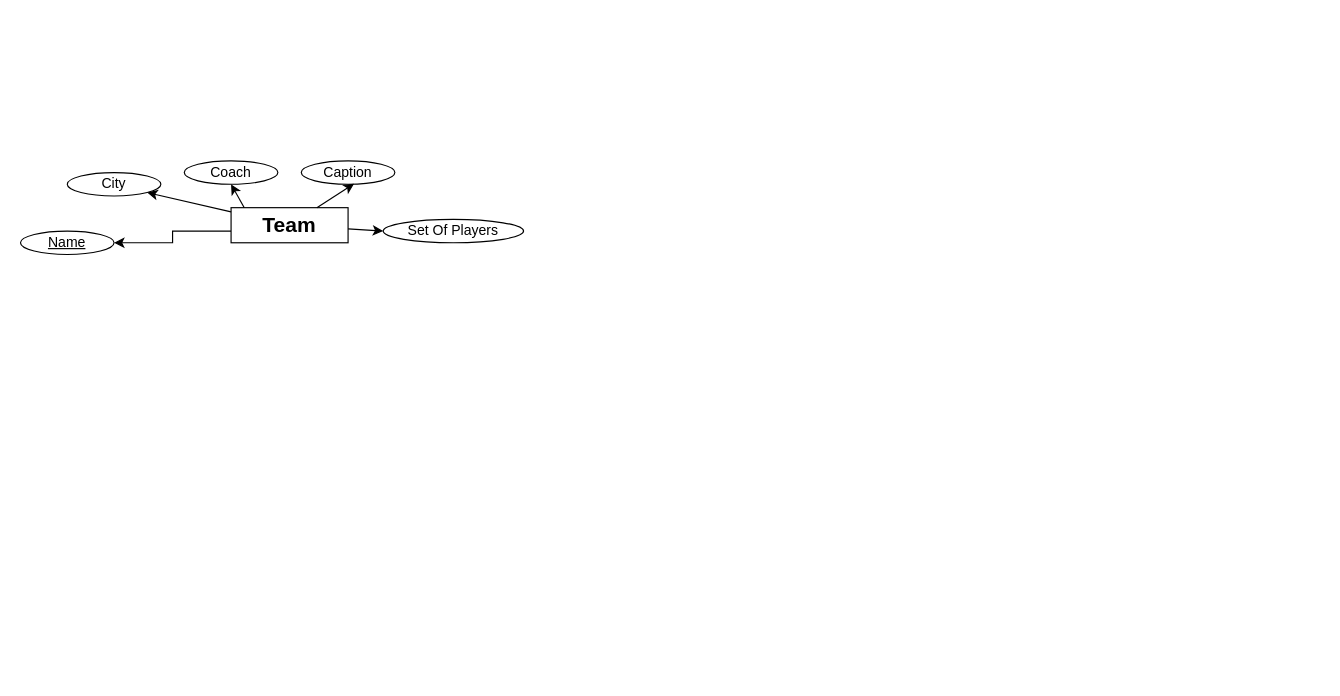
The draw.io diagram National Hockey League.drawio in Dilka98/ER-Diagram, before the edit. Source tidied: cells renumbered, new cells numbered last; positions are measured from the earlier drawing's top-left corner, leaving out a move shared by most shapes. Both pictures are drawn from the tidied source at 117%, with x=0, y=0 at pixel (20, 160).
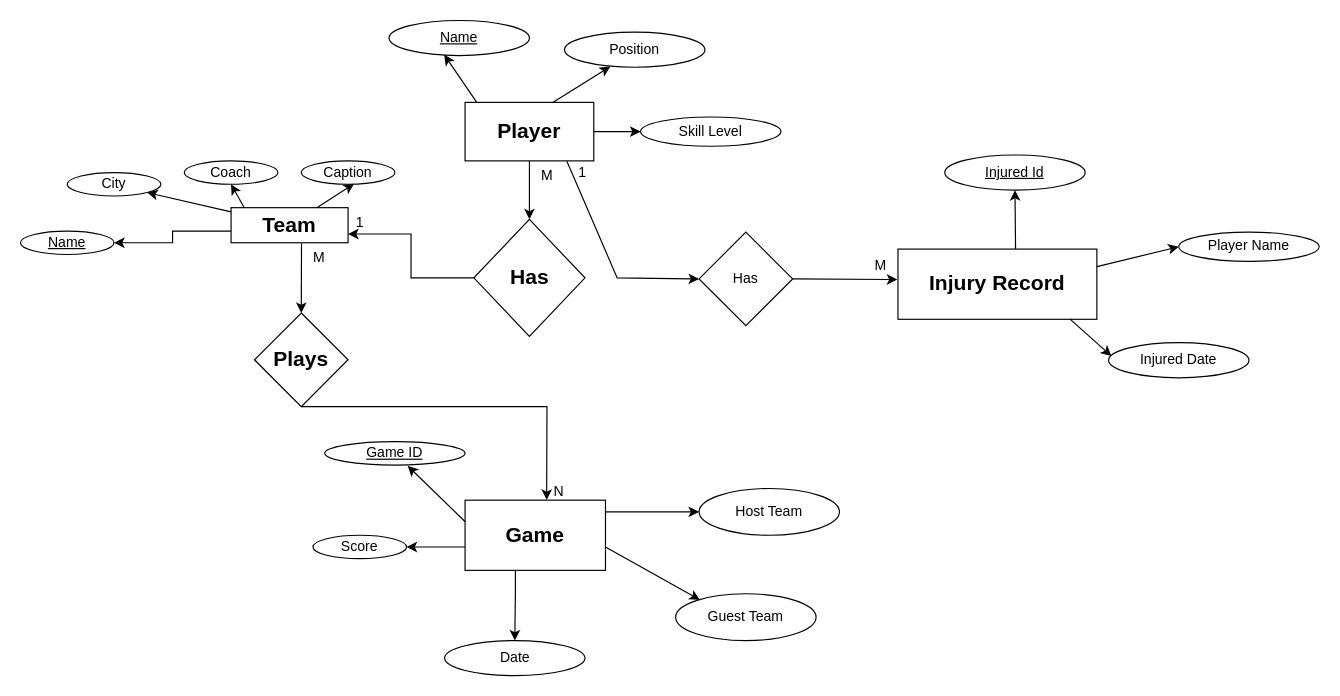
After the change.

Unchanged cells that the change refers to:
```xml
<mxCell id="3" value="&lt;h2&gt;Team&lt;/h2&gt;" style="rounded=0;whiteSpace=wrap;html=1;" parent="1" vertex="1">
  <mxGeometry x="180" y="40" width="100" height="30" as="geometry" />
</mxCell>
```

The edit, as a diff of the source:
```diff
@@
-    <mxCell id="11" value="Set Of Players" style="ellipse;whiteSpace=wrap;html=1;" parent="1" vertex="1">
-      <mxGeometry x="310" y="50" width="120" height="20" as="geometry" />
-    </mxCell>
-    <mxCell id="12" style="edgeStyle=none;jettySize=auto;html=1;rounded=0;entryX=0;entryY=0.5;entryDx=0;entryDy=0;" parent="1" edge="1" source="3" target="11">
-      <mxGeometry relative="1" as="geometry" />
-    </mxCell>
+    <mxCell id="13" style="edgeStyle=orthogonalEdgeStyle;rounded=0;jettySize=auto;html=1;" parent="1" edge="1" source="15" target="17">
+      <mxGeometry relative="1" as="geometry" />
+    </mxCell>
+    <mxCell id="14" style="edgeStyle=orthogonalEdgeStyle;rounded=0;jettySize=auto;html=1;" parent="1" edge="1" source="15" target="24">
+      <mxGeometry relative="1" as="geometry" />
+    </mxCell>
+    <mxCell id="15" value="&lt;h2&gt;Player&lt;/h2&gt;" style="whiteSpace=wrap;html=1;" parent="1" vertex="1">
+      <mxGeometry x="380" y="-50" width="110" height="50" as="geometry" />
+    </mxCell>
+    <mxCell id="16" style="edgeStyle=orthogonalEdgeStyle;rounded=0;jettySize=auto;html=1;entryX=1;entryY=0.75;entryDx=0;entryDy=0;" parent="1" edge="1" source="17" target="3">
+      <mxGeometry relative="1" as="geometry" />
+    </mxCell>
+    <mxCell id="17" value="&lt;h2&gt;Has&lt;/h2&gt;" style="rhombus;whiteSpace=wrap;html=1;" parent="1" vertex="1">
+      <mxGeometry x="387.5" y="50" width="95" height="100" as="geometry" />
+    </mxCell>
+    <mxCell id="18" value="M" style="text;html=1;align=center;verticalAlign=middle;strokeColor=none;fillColor=none;" parent="1" vertex="1">
+      <mxGeometry x="435" y="-2" width="30" height="30" as="geometry" />
+    </mxCell>
+    <mxCell id="19" value="1" style="text;html=1;align=center;verticalAlign=middle;strokeColor=none;fillColor=none;" parent="1" vertex="1">
+      <mxGeometry x="275" y="38" width="30" height="30" as="geometry" />
+    </mxCell>
+    <mxCell id="20" value="&lt;u&gt;Name&lt;/u&gt;" style="ellipse;whiteSpace=wrap;html=1;" parent="1" vertex="1">
+      <mxGeometry x="315" y="-120" width="120" height="30" as="geometry" />
+    </mxCell>
+    <mxCell id="21" style="edgeStyle=none;jettySize=auto;html=1;rounded=0;entryX=0.393;entryY=0.977;entryDx=0;entryDy=0;entryPerimeter=0;" parent="1" edge="1" target="20">
+      <mxGeometry relative="1" as="geometry">
+        <mxPoint x="390" y="-50" as="sourcePoint" />
+      </mxGeometry>
+    </mxCell>
+    <mxCell id="22" value="Position" style="ellipse;whiteSpace=wrap;html=1;" parent="1" vertex="1">
+      <mxGeometry x="465" y="-110" width="120" height="30" as="geometry" />
+    </mxCell>
+    <mxCell id="23" style="edgeStyle=none;jettySize=auto;html=1;rounded=0;exitX=0.678;exitY=0.006;exitDx=0;exitDy=0;exitPerimeter=0;entryX=0.326;entryY=0.979;entryDx=0;entryDy=0;entryPerimeter=0;" parent="1" edge="1" source="15" target="22">
+      <mxGeometry relative="1" as="geometry" />
+    </mxCell>
+    <mxCell id="24" value="Skill Level" style="ellipse;whiteSpace=wrap;html=1;" parent="1" vertex="1">
+      <mxGeometry x="530" y="-37.5" width="120" height="25" as="geometry" />
+    </mxCell>
+    <mxCell id="25" value="&lt;h2&gt;Injury Record&lt;/h2&gt;" style="rounded=0;whiteSpace=wrap;html=1;" parent="1" vertex="1">
+      <mxGeometry x="750" y="75.4" width="170" height="60" as="geometry" />
+    </mxCell>
+    <mxCell id="26" style="edgeStyle=orthogonalEdgeStyle;rounded=0;jettySize=auto;html=1;" parent="1" edge="1" source="28" target="33">
+      <mxGeometry relative="1" as="geometry">
+        <Array as="points">
+          <mxPoint x="423" y="370" />
+          <mxPoint x="423" y="370" />
+        </Array>
+      </mxGeometry>
+    </mxCell>
+    <mxCell id="27" style="edgeStyle=orthogonalEdgeStyle;rounded=0;jettySize=auto;html=1;" parent="1" edge="1" source="28" target="34">
+      <mxGeometry relative="1" as="geometry">
+        <Array as="points">
+          <mxPoint x="370" y="330" />
+          <mxPoint x="370" y="330" />
+        </Array>
+      </mxGeometry>
+    </mxCell>
+    <mxCell id="28" value="&lt;h2&gt;Game&lt;/h2&gt;" style="rounded=0;whiteSpace=wrap;html=1;" parent="1" vertex="1">
+      <mxGeometry x="380" y="290" width="120" height="60" as="geometry" />
+    </mxCell>
+    <mxCell id="29" value="Host Team" style="ellipse;whiteSpace=wrap;html=1;" parent="1" vertex="1">
+      <mxGeometry x="580" y="280" width="120" height="40" as="geometry" />
+    </mxCell>
+    <mxCell id="30" value="Guest Team" style="ellipse;whiteSpace=wrap;html=1;" parent="1" vertex="1">
+      <mxGeometry x="560" y="370" width="120" height="40" as="geometry" />
+    </mxCell>
+    <mxCell id="31" style="edgeStyle=none;orthogonalLoop=1;jettySize=auto;html=1;rounded=0;" parent="1" edge="1">
+      <mxGeometry relative="1" as="geometry">
+        <mxPoint x="500" y="300" as="sourcePoint" />
+        <mxPoint x="580" y="300" as="targetPoint" />
+      </mxGeometry>
+    </mxCell>
+    <mxCell id="32" style="edgeStyle=none;jettySize=auto;html=1;rounded=0;entryX=0.173;entryY=0.131;entryDx=0;entryDy=0;entryPerimeter=0;" parent="1" edge="1" target="30">
+      <mxGeometry relative="1" as="geometry">
+        <mxPoint x="500" y="330" as="sourcePoint" />
+      </mxGeometry>
+    </mxCell>
+    <mxCell id="33" value="Date" style="ellipse;whiteSpace=wrap;html=1;" parent="1" vertex="1">
+      <mxGeometry x="362.5" y="410" width="120" height="30" as="geometry" />
+    </mxCell>
+    <mxCell id="34" value="Score" style="ellipse;whiteSpace=wrap;html=1;" parent="1" vertex="1">
+      <mxGeometry x="250" y="320" width="80" height="20" as="geometry" />
+    </mxCell>
+    <mxCell id="35" value="&lt;u&gt;Injured Id&lt;/u&gt;" style="ellipse;whiteSpace=wrap;html=1;" parent="1" vertex="1">
+      <mxGeometry x="790" y="-5" width="120" height="30" as="geometry" />
+    </mxCell>
+    <mxCell id="36" style="edgeStyle=none;jettySize=auto;html=1;rounded=0;entryX=0.5;entryY=1;entryDx=0;entryDy=0;exitX=0.709;exitY=0.007;exitDx=0;exitDy=0;exitPerimeter=0;" parent="1" edge="1" target="35">
+      <mxGeometry relative="1" as="geometry">
+        <mxPoint x="850.5" y="75.4" as="sourcePoint" />
+      </mxGeometry>
+    </mxCell>
+    <mxCell id="37" value="Player Name" style="ellipse;whiteSpace=wrap;html=1;" parent="1" vertex="1">
+      <mxGeometry x="990" y="60.9" width="120" height="25" as="geometry" />
+    </mxCell>
+    <mxCell id="38" style="edgeStyle=none;jettySize=auto;html=1;rounded=0;exitX=1;exitY=0.25;exitDx=0;exitDy=0;entryX=0;entryY=0.5;entryDx=0;entryDy=0;" parent="1" edge="1" source="25" target="37">
+      <mxGeometry relative="1" as="geometry" />
+    </mxCell>
+    <mxCell id="39" value="Injured Date" style="ellipse;whiteSpace=wrap;html=1;" parent="1" vertex="1">
+      <mxGeometry x="930" y="155.4" width="120" height="30" as="geometry" />
+    </mxCell>
+    <mxCell id="40" style="edgeStyle=none;jettySize=auto;html=1;rounded=0;exitX=0.865;exitY=0.998;exitDx=0;exitDy=0;exitPerimeter=0;entryX=0.02;entryY=0.382;entryDx=0;entryDy=0;entryPerimeter=0;" parent="1" edge="1" source="25" target="39">
+      <mxGeometry relative="1" as="geometry" />
+    </mxCell>
+    <mxCell id="41" value="&lt;u&gt;Game ID&lt;/u&gt;" style="ellipse;whiteSpace=wrap;html=1;" parent="1" vertex="1">
+      <mxGeometry x="260" y="240" width="120" height="20" as="geometry" />
+    </mxCell>
+    <mxCell id="42" style="edgeStyle=none;jettySize=auto;html=1;rounded=0;entryX=0.591;entryY=1.031;entryDx=0;entryDy=0;entryPerimeter=0;exitX=0.001;exitY=0.307;exitDx=0;exitDy=0;exitPerimeter=0;" parent="1" edge="1" source="28" target="41">
+      <mxGeometry relative="1" as="geometry" />
+    </mxCell>
+    <mxCell id="43" value="&lt;h2&gt;Plays&lt;/h2&gt;" style="rhombus;whiteSpace=wrap;html=1;" parent="1" vertex="1">
+      <mxGeometry x="200" y="130" width="80" height="80" as="geometry" />
+    </mxCell>
+    <mxCell id="44" style="edgeStyle=none;jettySize=auto;html=1;rounded=0;exitX=0.602;exitY=1.018;exitDx=0;exitDy=0;entryX=0.5;entryY=0;entryDx=0;entryDy=0;exitPerimeter=0;" parent="1" edge="1" source="3" target="43">
+      <mxGeometry relative="1" as="geometry" />
+    </mxCell>
+    <mxCell id="45" style="edgeStyle=none;jettySize=auto;html=1;rounded=0;entryX=0.581;entryY=-0.004;entryDx=0;entryDy=0;entryPerimeter=0;exitX=0.5;exitY=1;exitDx=0;exitDy=0;" parent="1" edge="1" source="43" target="28">
+      <mxGeometry relative="1" as="geometry">
+        <Array as="points">
+          <mxPoint x="450" y="210" />
+        </Array>
+      </mxGeometry>
+    </mxCell>
+    <mxCell id="46" value="M" style="text;html=1;align=center;verticalAlign=middle;strokeColor=none;fillColor=none;" parent="1" vertex="1">
+      <mxGeometry x="240" y="68" width="30" height="30" as="geometry" />
+    </mxCell>
+    <mxCell id="47" value="N" style="text;html=1;align=center;verticalAlign=middle;strokeColor=none;fillColor=none;" parent="1" vertex="1">
+      <mxGeometry x="445" y="268" width="30" height="30" as="geometry" />
+    </mxCell>
+    <mxCell id="48" value="Has" style="rhombus;whiteSpace=wrap;html=1;" parent="1" vertex="1">
+      <mxGeometry x="580" y="60.9" width="80" height="80" as="geometry" />
+    </mxCell>
+    <mxCell id="49" style="edgeStyle=none;jettySize=auto;html=1;rounded=0;exitX=0.791;exitY=1.006;exitDx=0;exitDy=0;exitPerimeter=0;entryX=0;entryY=0.5;entryDx=0;entryDy=0;" parent="1" edge="1" source="15" target="48">
+      <mxGeometry relative="1" as="geometry">
+        <Array as="points">
+          <mxPoint x="510" y="100" />
+        </Array>
+      </mxGeometry>
+    </mxCell>
+    <mxCell id="50" style="edgeStyle=none;jettySize=auto;html=1;rounded=0;exitX=1;exitY=0.5;exitDx=0;exitDy=0;entryX=0.982;entryY=0.868;entryDx=0;entryDy=0;entryPerimeter=0;" parent="1" edge="1" source="48" target="52">
+      <mxGeometry relative="1" as="geometry" />
+    </mxCell>
+    <mxCell id="51" value="1" style="text;html=1;align=center;verticalAlign=middle;strokeColor=none;fillColor=none;" parent="1" vertex="1">
+      <mxGeometry x="465" y="-5" width="30" height="30" as="geometry" />
+    </mxCell>
+    <mxCell id="52" value="M" style="text;html=1;align=center;verticalAlign=middle;points=[];strokeColor=none;fillColor=none;" parent="1" vertex="1">
+      <mxGeometry x="720" y="75.4" width="30" height="30" as="geometry" />
+    </mxCell>
```
